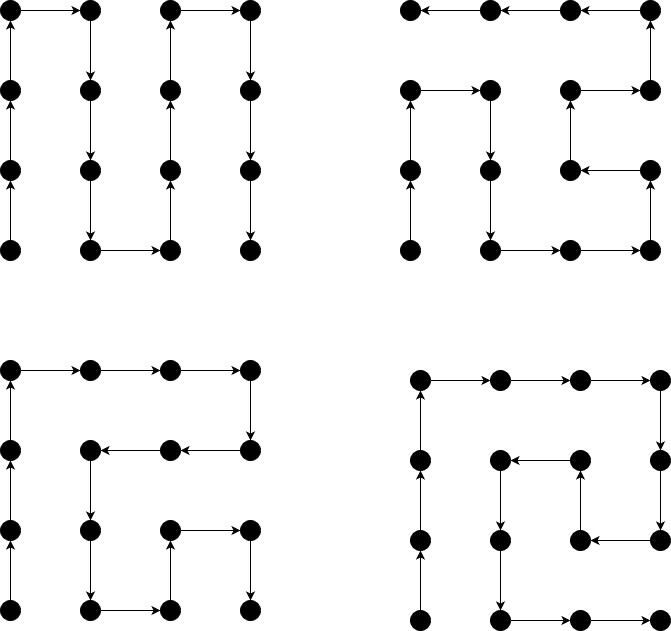
phgilde/bwinf41-2 keeps this draw.io diagram as weniger-krumme-touren/richtungen.png. Above is the earlier version. Source tidied: cells renumbered, new cells last; positions are measured from the earlier drawing's top-left corner, leaving out a move shared by most shapes.
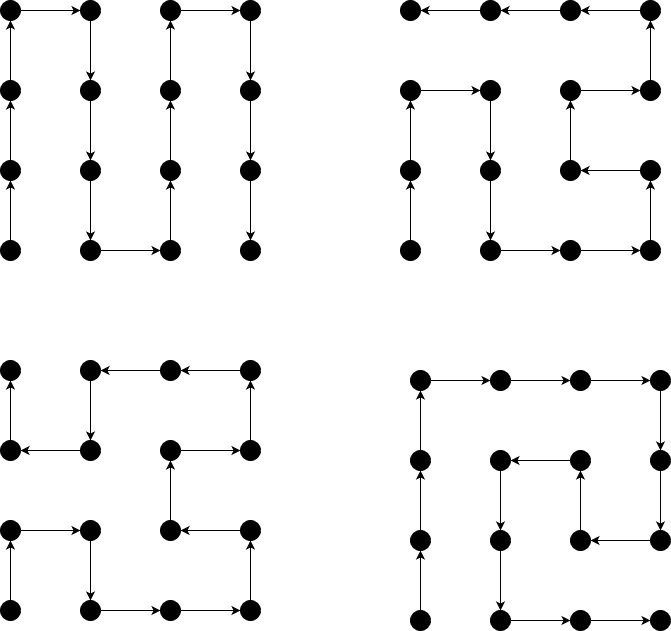
Above is the later version.

Diff of the diagram source:
```diff
@@ -188,9 +188,6 @@
     <mxCell id="63" style="ellipse;whiteSpace=wrap;html=1;fillColor=#000000;" parent="1" vertex="1">
       <mxGeometry x="640" y="160" width="20" height="20" as="geometry" />
     </mxCell>
-    <mxCell id="64" style="edgeStyle=orthogonalEdgeStyle;rounded=0;jettySize=auto;html=1;" parent="1" edge="1" source="65" target="71">
-      <mxGeometry relative="1" as="geometry" />
-    </mxCell>
     <mxCell id="65" style="ellipse;whiteSpace=wrap;html=1;fillColor=#000000;" parent="1" vertex="1">
       <mxGeometry y="360" width="20" height="20" as="geometry" />
     </mxCell>
@@ -200,45 +197,45 @@
     <mxCell id="67" style="ellipse;whiteSpace=wrap;html=1;fillColor=#000000;" parent="1" vertex="1">
       <mxGeometry y="440" width="20" height="20" as="geometry" />
     </mxCell>
-    <mxCell id="68" style="edgeStyle=orthogonalEdgeStyle;rounded=0;jettySize=auto;html=1;entryX=0.5;entryY=0;entryDx=0;entryDy=0;" parent="1" edge="1" source="69" target="87">
-      <mxGeometry relative="1" as="geometry" />
-    </mxCell>
+    <mxCell id="126" style="edgeStyle=orthogonalEdgeStyle;rounded=0;jettySize=auto;html=1;entryX=1;entryY=0.5;entryDx=0;entryDy=0;" parent="1" edge="1" source="69" target="67">
+      <mxGeometry relative="1" as="geometry" />
+    </mxCell>
     <mxCell id="69" style="ellipse;whiteSpace=wrap;html=1;fillColor=#000000;" parent="1" vertex="1">
       <mxGeometry x="80" y="440" width="20" height="20" as="geometry" />
     </mxCell>
-    <mxCell id="70" style="edgeStyle=orthogonalEdgeStyle;rounded=0;jettySize=auto;html=1;" parent="1" edge="1" source="71" target="73">
-      <mxGeometry relative="1" as="geometry" />
-    </mxCell>
+    <mxCell id="127" style="edgeStyle=orthogonalEdgeStyle;rounded=0;jettySize=auto;html=1;entryX=0.5;entryY=0;entryDx=0;entryDy=0;" parent="1" edge="1" source="71" target="69">
+      <mxGeometry relative="1" as="geometry" />
+    </mxCell>
     <mxCell id="71" style="ellipse;whiteSpace=wrap;html=1;fillColor=#000000;" parent="1" vertex="1">
       <mxGeometry x="80" y="360" width="20" height="20" as="geometry" />
     </mxCell>
-    <mxCell id="72" style="edgeStyle=orthogonalEdgeStyle;rounded=0;jettySize=auto;html=1;entryX=0;entryY=0.5;entryDx=0;entryDy=0;" parent="1" edge="1" source="73" target="79">
-      <mxGeometry relative="1" as="geometry" />
-    </mxCell>
+    <mxCell id="128" style="edgeStyle=orthogonalEdgeStyle;rounded=0;jettySize=auto;html=1;entryX=1;entryY=0.5;entryDx=0;entryDy=0;" parent="1" edge="1" source="73" target="71">
+      <mxGeometry relative="1" as="geometry" />
+    </mxCell>
     <mxCell id="73" style="ellipse;whiteSpace=wrap;html=1;fillColor=#000000;" parent="1" vertex="1">
       <mxGeometry x="160" y="360" width="20" height="20" as="geometry" />
     </mxCell>
-    <mxCell id="74" style="edgeStyle=orthogonalEdgeStyle;rounded=0;jettySize=auto;html=1;entryX=1;entryY=0.5;entryDx=0;entryDy=0;" parent="1" edge="1" source="75" target="69">
-      <mxGeometry relative="1" as="geometry" />
-    </mxCell>
+    <mxCell id="129" style="edgeStyle=orthogonalEdgeStyle;rounded=0;jettySize=auto;html=1;" parent="1" edge="1" source="75" target="77">
+      <mxGeometry relative="1" as="geometry" />
+    </mxCell>
     <mxCell id="75" style="ellipse;whiteSpace=wrap;html=1;fillColor=#000000;" parent="1" vertex="1">
       <mxGeometry x="160" y="440" width="20" height="20" as="geometry" />
     </mxCell>
-    <mxCell id="76" style="edgeStyle=orthogonalEdgeStyle;rounded=0;jettySize=auto;html=1;entryX=1;entryY=0.5;entryDx=0;entryDy=0;" parent="1" edge="1" source="77" target="75">
-      <mxGeometry relative="1" as="geometry" />
-    </mxCell>
+    <mxCell id="130" style="edgeStyle=orthogonalEdgeStyle;rounded=0;jettySize=auto;html=1;" parent="1" edge="1" source="77" target="79">
+      <mxGeometry relative="1" as="geometry" />
+    </mxCell>
     <mxCell id="77" style="ellipse;whiteSpace=wrap;html=1;fillColor=#000000;" parent="1" vertex="1">
       <mxGeometry x="240" y="440" width="20" height="20" as="geometry" />
     </mxCell>
-    <mxCell id="78" style="edgeStyle=orthogonalEdgeStyle;rounded=0;jettySize=auto;html=1;entryX=0.5;entryY=0;entryDx=0;entryDy=0;" parent="1" edge="1" source="79" target="77">
-      <mxGeometry relative="1" as="geometry" />
-    </mxCell>
+    <mxCell id="131" style="edgeStyle=orthogonalEdgeStyle;rounded=0;jettySize=auto;html=1;" parent="1" edge="1" source="79" target="73">
+      <mxGeometry relative="1" as="geometry" />
+    </mxCell>
     <mxCell id="79" style="ellipse;whiteSpace=wrap;html=1;fillColor=#000000;" parent="1" vertex="1">
       <mxGeometry x="240" y="360" width="20" height="20" as="geometry" />
     </mxCell>
-    <mxCell id="80" style="edgeStyle=orthogonalEdgeStyle;rounded=0;jettySize=auto;html=1;entryX=0.5;entryY=1;entryDx=0;entryDy=0;" parent="1" edge="1" source="81" target="67">
-      <mxGeometry relative="1" as="geometry" />
-    </mxCell>
+    <mxCell id="132" style="edgeStyle=orthogonalEdgeStyle;rounded=0;jettySize=auto;html=1;" parent="1" edge="1" source="81" target="87">
+      <mxGeometry relative="1" as="geometry" />
+    </mxCell>
     <mxCell id="81" style="ellipse;whiteSpace=wrap;html=1;fillColor=#000000;" parent="1" vertex="1">
       <mxGeometry y="520" width="20" height="20" as="geometry" />
     </mxCell>
@@ -260,24 +257,27 @@
     <mxCell id="87" style="ellipse;whiteSpace=wrap;html=1;fillColor=#000000;" parent="1" vertex="1">
       <mxGeometry x="80" y="520" width="20" height="20" as="geometry" />
     </mxCell>
-    <mxCell id="88" style="edgeStyle=orthogonalEdgeStyle;rounded=0;jettySize=auto;html=1;entryX=0;entryY=0.5;entryDx=0;entryDy=0;" parent="1" edge="1" source="89" target="94">
-      <mxGeometry relative="1" as="geometry" />
-    </mxCell>
+    <mxCell id="133" style="edgeStyle=orthogonalEdgeStyle;rounded=0;jettySize=auto;html=1;" parent="1" edge="1" source="89" target="75">
+      <mxGeometry relative="1" as="geometry" />
+    </mxCell>
     <mxCell id="89" style="ellipse;whiteSpace=wrap;html=1;fillColor=#000000;" parent="1" vertex="1">
       <mxGeometry x="160" y="520" width="20" height="20" as="geometry" />
     </mxCell>
-    <mxCell id="90" style="edgeStyle=orthogonalEdgeStyle;rounded=0;jettySize=auto;html=1;entryX=0.5;entryY=1;entryDx=0;entryDy=0;" parent="1" edge="1" source="91" target="89">
-      <mxGeometry relative="1" as="geometry" />
-    </mxCell>
+    <mxCell id="134" style="edgeStyle=orthogonalEdgeStyle;rounded=0;jettySize=auto;html=1;" parent="1" edge="1" source="91" target="92">
+      <mxGeometry relative="1" as="geometry" />
+    </mxCell>
     <mxCell id="91" style="ellipse;whiteSpace=wrap;html=1;fillColor=#000000;" parent="1" vertex="1">
       <mxGeometry x="160" y="600" width="20" height="20" as="geometry" />
     </mxCell>
+    <mxCell id="135" style="edgeStyle=orthogonalEdgeStyle;rounded=0;jettySize=auto;html=1;entryX=0.5;entryY=1;entryDx=0;entryDy=0;" parent="1" edge="1" source="92" target="94">
+      <mxGeometry relative="1" as="geometry" />
+    </mxCell>
     <mxCell id="92" style="ellipse;whiteSpace=wrap;html=1;fillColor=#000000;" parent="1" vertex="1">
       <mxGeometry x="240" y="600" width="20" height="20" as="geometry" />
     </mxCell>
-    <mxCell id="93" style="edgeStyle=orthogonalEdgeStyle;rounded=0;jettySize=auto;html=1;entryX=0.5;entryY=0;entryDx=0;entryDy=0;" parent="1" edge="1" source="94" target="92">
-      <mxGeometry relative="1" as="geometry" />
-    </mxCell>
+    <mxCell id="136" style="edgeStyle=orthogonalEdgeStyle;rounded=0;jettySize=auto;html=1;entryX=1;entryY=0.5;entryDx=0;entryDy=0;" parent="1" edge="1" source="94" target="89">
+      <mxGeometry relative="1" as="geometry" />
+    </mxCell>
     <mxCell id="94" style="ellipse;whiteSpace=wrap;html=1;fillColor=#000000;" parent="1" vertex="1">
       <mxGeometry x="240" y="520" width="20" height="20" as="geometry" />
     </mxCell>
```
